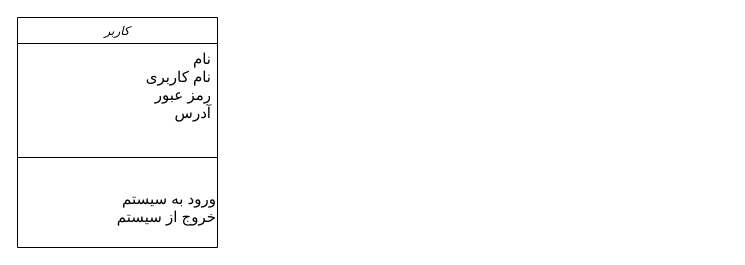
The draw.io diagram gggggg.drawio in khoramian/TahDig_SoftwareEngineering, before the edit. Source tidied: cells renumbered, new cells numbered last; positions are measured from the earlier drawing's top-left corner, leaving out a move shared by most shapes. Both pictures are drawn from the tidied source at 100%, with x=0, y=0 at pixel (17, 17).
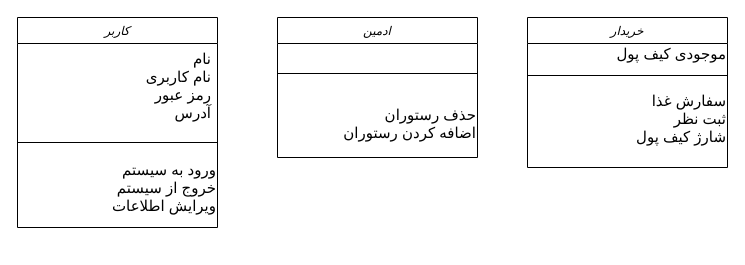
The same diagram, later.

Diff of the diagram source:
```diff
@@
 <mxGraphModel>
   <root>
     <mxCell id="0" />
     <mxCell id="1" parent="0" />
     <mxCell id="2" value="کاربر" style="swimlane;fontStyle=2;align=center;verticalAlign=top;horizontal=1;startSize=26;rounded=0;shadow=0;strokeWidth=1;" parent="1" vertex="1">
-      <mxGeometry width="200" height="230" as="geometry" />
+      <mxGeometry width="200" height="210" as="geometry" />
     </mxCell>
     <mxCell id="3" value="نام &#10;نام کاربری&#10;رمز عبور&#10;آدرس&#10;" style="text;align=right;verticalAlign=top;spacingLeft=4;spacingRight=4;overflow=hidden;fontSize=15;" parent="2" vertex="1">
       <mxGeometry y="26" width="200" height="84" as="geometry" />
     </mxCell>
     <mxCell id="4" style="line;html=1;strokeWidth=1;align=left;verticalAlign=middle;spacingTop=-1;spacingLeft=3;spacingRight=3;labelPosition=right;" parent="2" vertex="1">
-      <mxGeometry y="110" width="200" height="60" as="geometry" />
+      <mxGeometry y="110" width="200" height="30" as="geometry" />
     </mxCell>
-    <mxCell id="5" value="&lt;div&gt;ورود به سیستم &lt;br&gt;&lt;/div&gt;&lt;div&gt;خروج از سیستم &lt;br&gt;&lt;/div&gt;" style="text;html=1;align=right;verticalAlign=middle;fontSize=15;" parent="2" vertex="1">
-      <mxGeometry y="170" width="200" height="40" as="geometry" />
+    <mxCell id="5" value="&lt;div&gt;ورود به سیستم &lt;br&gt;&lt;/div&gt;&lt;div&gt;خروج از سیستم&lt;/div&gt;&lt;div&gt;ویرایش اطلاعات&lt;br&gt;&lt;/div&gt;" style="text;html=1;align=right;verticalAlign=middle;fontSize=15;" parent="2" vertex="1">
+      <mxGeometry y="140" width="200" height="60" as="geometry" />
     </mxCell>
+    <mxCell id="6" value="ادمین" style="swimlane;fontStyle=2;align=center;verticalAlign=top;horizontal=1;startSize=26;rounded=0;shadow=0;strokeWidth=1;" parent="1" vertex="1">
+      <mxGeometry x="260" width="200" height="140" as="geometry" />
+    </mxCell>
+    <mxCell id="7" style="line;html=1;strokeWidth=1;align=left;verticalAlign=middle;spacingTop=-1;spacingLeft=3;spacingRight=3;labelPosition=right;" parent="6" vertex="1">
+      <mxGeometry y="26" width="200" height="60" as="geometry" />
+    </mxCell>
+    <mxCell id="8" value="&lt;div&gt;حذف رستوران &lt;br&gt;&lt;/div&gt;&lt;div&gt;اضافه کردن رستوران&lt;br&gt;&lt;/div&gt;" style="text;html=1;align=right;verticalAlign=middle;fontSize=15;" parent="6" vertex="1">
+      <mxGeometry y="86" width="200" height="40" as="geometry" />
+    </mxCell>
+    <mxCell id="9" value="خریدار" style="swimlane;fontStyle=2;align=center;verticalAlign=top;horizontal=1;startSize=26;rounded=0;shadow=0;strokeWidth=1;" parent="1" vertex="1">
+      <mxGeometry x="510" width="200" height="150" as="geometry" />
+    </mxCell>
+    <mxCell id="10" value="&lt;div align=&quot;right&quot;&gt;موجودی کیف پول&lt;/div&gt;" style="text;html=1;align=right;verticalAlign=middle;fontSize=15;" parent="9" vertex="1">
+      <mxGeometry y="26" width="200" height="20" as="geometry" />
+    </mxCell>
+    <mxCell id="11" style="line;html=1;strokeWidth=1;align=left;verticalAlign=middle;spacingTop=-1;spacingLeft=3;spacingRight=3;labelPosition=right;" parent="9" vertex="1">
+      <mxGeometry y="46" width="200" height="24" as="geometry" />
+    </mxCell>
+    <mxCell id="12" value="&lt;div&gt;سفارش غذا&lt;/div&gt;&lt;div&gt;ثبت نظر&lt;/div&gt;&lt;div&gt;شارژ کیف پول&lt;/div&gt;&lt;div&gt;&lt;br&gt;&lt;/div&gt;" style="text;html=1;align=right;verticalAlign=middle;fontSize=15;" parent="9" vertex="1">
+      <mxGeometry y="70" width="200" height="80" as="geometry" />
+    </mxCell>
   </root>
 </mxGraphModel>
```
